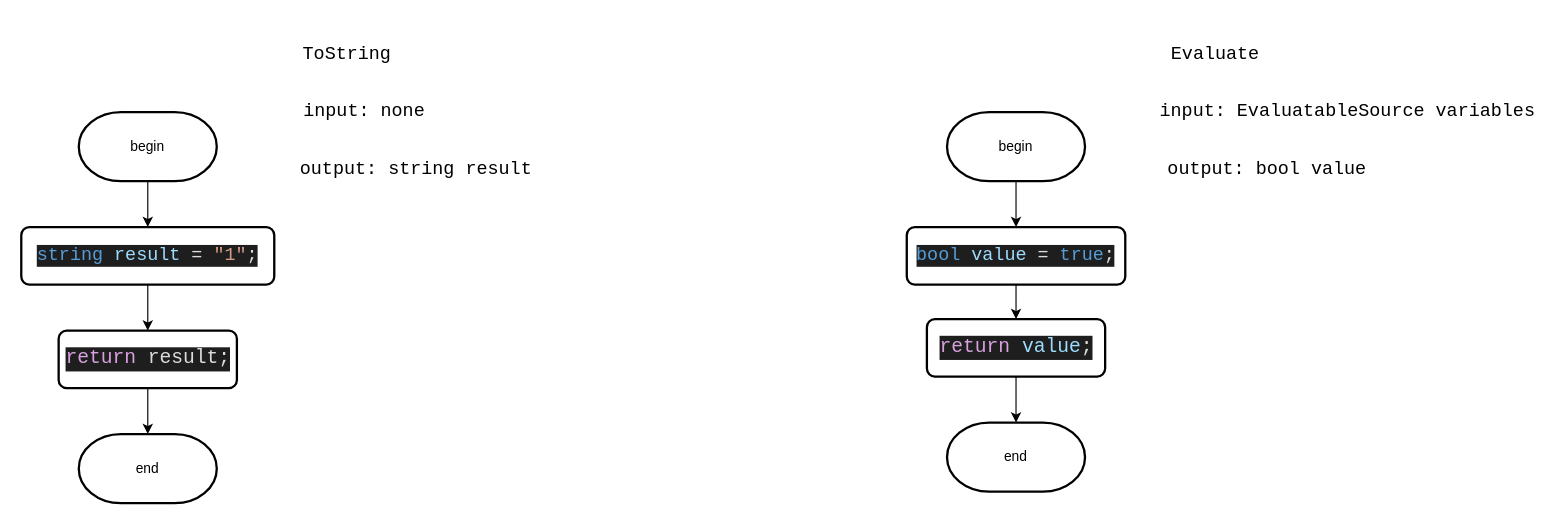
This is Diagrams/truth.drawio from slavikovics/FictionalVariables, a draw.io file, before an edit. Source tidied: cells renumbered, new cells numbered last; positions are measured from the earlier drawing's top-left corner, leaving out a move shared by most shapes. Both pictures are drawn from the tidied source at 115%, with x=0, y=0 at pixel (21, 20).
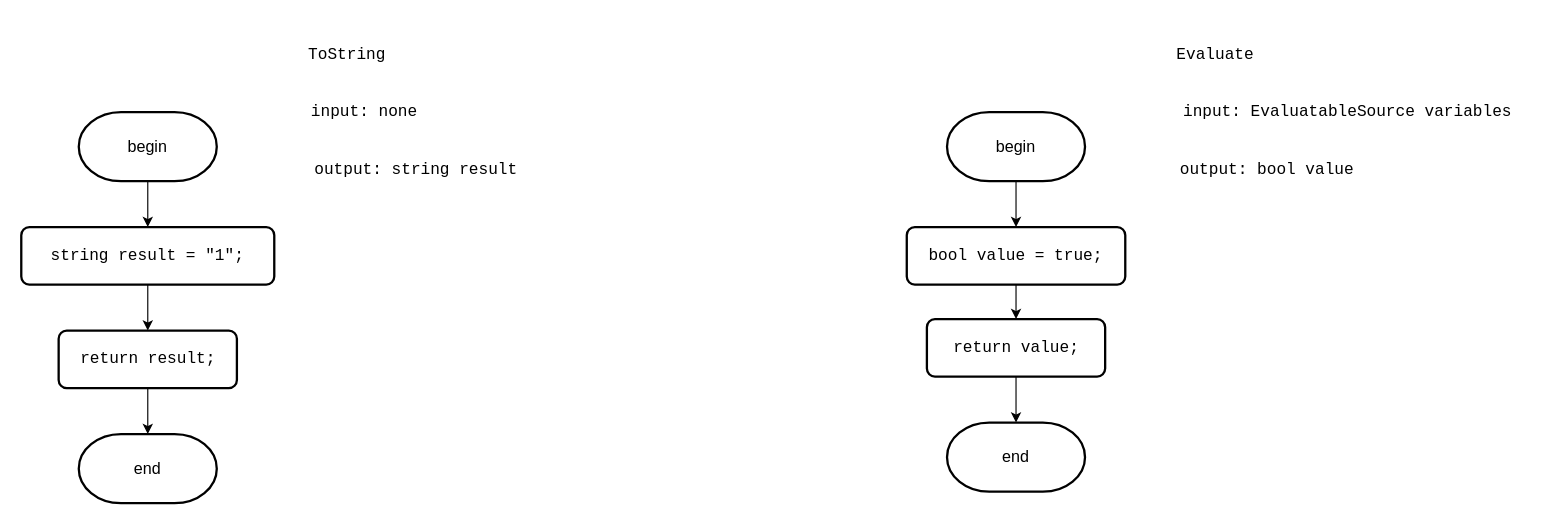
The same diagram, later.

Diff of the diagram source:
```diff
@@
-    <mxCell id="2" value="&lt;pre style=&quot;font-family: &amp;quot;JetBrains Mono&amp;quot;, monospace; font-size: 12pt;&quot;&gt;Evaluate&lt;/pre&gt;" style="text;html=1;align=center;verticalAlign=middle;strokeColor=none;fillColor=none;" parent="1" vertex="1">
+    <mxCell id="2" value="&lt;pre style=&quot;font-family: &amp;quot;JetBrains Mono&amp;quot;, monospace;&quot;&gt;Evaluate&lt;/pre&gt;" style="text;html=1;align=center;verticalAlign=middle;strokeColor=none;fillColor=none;fontSize=14;labelBackgroundColor=none;fontColor=#000000;" parent="1" vertex="1">
       <mxGeometry x="992.5" width="90" height="60" as="geometry" />
     </mxCell>
-    <mxCell id="3" style="edgeStyle=orthogonalEdgeStyle;rounded=0;jettySize=auto;html=1;exitX=0.5;exitY=1;exitDx=0;exitDy=0;exitPerimeter=0;entryX=0.5;entryY=0;entryDx=0;entryDy=0;" parent="1" edge="1" source="4" target="6">
+    <mxCell id="3" style="edgeStyle=orthogonalEdgeStyle;rounded=0;jettySize=auto;html=1;exitX=0.5;exitY=1;exitDx=0;exitDy=0;exitPerimeter=0;entryX=0.5;entryY=0;entryDx=0;entryDy=0;fontSize=14;labelBackgroundColor=none;fontColor=#000000;" parent="1" edge="1" source="4" target="6">
       <mxGeometry relative="1" as="geometry" />
     </mxCell>
-    <mxCell id="4" value="begin" style="strokeWidth=2;html=1;shape=mxgraph.flowchart.terminator;whiteSpace=wrap;" parent="1" vertex="1">
+    <mxCell id="4" value="begin" style="strokeWidth=2;html=1;shape=mxgraph.flowchart.terminator;whiteSpace=wrap;fontSize=14;labelBackgroundColor=none;fontColor=#000000;" parent="1" vertex="1">
       <mxGeometry x="805" y="80" width="120" height="60" as="geometry" />
     </mxCell>
-    <mxCell id="5" style="edgeStyle=orthogonalEdgeStyle;rounded=0;jettySize=auto;html=1;exitX=0.5;exitY=1;exitDx=0;exitDy=0;" parent="1" edge="1" source="6" target="20">
+    <mxCell id="5" style="edgeStyle=orthogonalEdgeStyle;rounded=0;jettySize=auto;html=1;exitX=0.5;exitY=1;exitDx=0;exitDy=0;fontSize=14;labelBackgroundColor=none;fontColor=#000000;" parent="1" edge="1" source="6" target="20">
       <mxGeometry relative="1" as="geometry" />
     </mxCell>
-    <mxCell id="6" value="&lt;div style=&quot;background-color: rgb(30, 30, 30); color: rgb(220, 220, 220);&quot;&gt;&lt;pre style=&quot;font-family:'JetBrains Mono',monospace;font-size:12.0pt;&quot;&gt;&lt;pre style=&quot;font-family:'JetBrains Mono',monospace;font-size:12.0pt;&quot;&gt;&lt;pre style=&quot;font-family:'JetBrains Mono',monospace;font-size:12.0pt;&quot;&gt;&lt;pre style=&quot;font-family:'JetBrains Mono',monospace;font-size:12.0pt;&quot;&gt;&lt;div&gt;&lt;pre style=&quot;font-family:'JetBrains Mono',monospace;font-size:12.0pt;&quot;&gt;&lt;span style=&quot;color: rgb(86, 156, 214);&quot;&gt;bool &lt;/span&gt;&lt;span style=&quot;color: rgb(156, 220, 254);&quot;&gt;value &lt;/span&gt;= &lt;span style=&quot;color: rgb(86, 156, 214);&quot;&gt;true&lt;/span&gt;;&lt;/pre&gt;&lt;/div&gt;&lt;/pre&gt;&lt;/pre&gt;&lt;/pre&gt;&lt;/pre&gt;&lt;/div&gt;" style="rounded=1;whiteSpace=wrap;html=1;absoluteArcSize=1;arcSize=14;strokeWidth=2;" parent="1" vertex="1">
+    <mxCell id="6" value="&lt;div style=&quot;&quot;&gt;&lt;pre style=&quot;font-family: &amp;quot;JetBrains Mono&amp;quot;, monospace;&quot;&gt;&lt;pre style=&quot;font-family: &amp;quot;JetBrains Mono&amp;quot;, monospace;&quot;&gt;&lt;pre style=&quot;font-family: &amp;quot;JetBrains Mono&amp;quot;, monospace;&quot;&gt;&lt;pre style=&quot;font-family: &amp;quot;JetBrains Mono&amp;quot;, monospace;&quot;&gt;&lt;div&gt;&lt;pre style=&quot;font-family: &amp;quot;JetBrains Mono&amp;quot;, monospace;&quot;&gt;&lt;span style=&quot;&quot;&gt;bool &lt;/span&gt;&lt;span style=&quot;&quot;&gt;value &lt;/span&gt;= &lt;span style=&quot;&quot;&gt;true&lt;/span&gt;;&lt;/pre&gt;&lt;/div&gt;&lt;/pre&gt;&lt;/pre&gt;&lt;/pre&gt;&lt;/pre&gt;&lt;/div&gt;" style="rounded=1;whiteSpace=wrap;html=1;absoluteArcSize=1;arcSize=14;strokeWidth=2;fontSize=14;labelBackgroundColor=none;fontColor=#000000;" parent="1" vertex="1">
       <mxGeometry x="770" y="180" width="190" height="50" as="geometry" />
     </mxCell>
-    <mxCell id="7" value="&lt;pre style=&quot;font-family: &amp;quot;JetBrains Mono&amp;quot;, monospace; font-size: 12pt;&quot;&gt;input: EvaluatableSource variables&lt;/pre&gt;" style="text;html=1;align=center;verticalAlign=middle;strokeColor=none;fillColor=none;" parent="1" vertex="1">
-      <mxGeometry x="992.5" y="50" width="320" height="60" as="geometry" />
+    <mxCell id="7" value="&lt;pre style=&quot;font-family: &amp;quot;JetBrains Mono&amp;quot;, monospace;&quot;&gt;input: EvaluatableSource variables&lt;/pre&gt;" style="text;html=1;align=center;verticalAlign=middle;strokeColor=none;fillColor=none;fontSize=14;labelBackgroundColor=none;fontColor=#000000;" parent="1" vertex="1">
+      <mxGeometry x="1007.5" y="50" width="290" height="60" as="geometry" />
     </mxCell>
-    <mxCell id="8" value="&lt;pre style=&quot;font-family: &amp;quot;JetBrains Mono&amp;quot;, monospace; font-size: 12pt;&quot;&gt;output: bool value&lt;/pre&gt;" style="text;html=1;align=center;verticalAlign=middle;strokeColor=none;fillColor=none;" parent="1" vertex="1">
-      <mxGeometry x="992.5" y="100" width="180" height="60" as="geometry" />
+    <mxCell id="8" value="&lt;pre style=&quot;font-family: &amp;quot;JetBrains Mono&amp;quot;, monospace;&quot;&gt;output: bool value&lt;/pre&gt;" style="text;html=1;align=center;verticalAlign=middle;strokeColor=none;fillColor=none;fontSize=14;labelBackgroundColor=none;fontColor=#000000;" parent="1" vertex="1">
+      <mxGeometry x="1002.5" y="100" width="160" height="60" as="geometry" />
     </mxCell>
-    <mxCell id="9" value="end" style="strokeWidth=2;html=1;shape=mxgraph.flowchart.terminator;whiteSpace=wrap;" parent="1" vertex="1">
+    <mxCell id="9" value="end" style="strokeWidth=2;html=1;shape=mxgraph.flowchart.terminator;whiteSpace=wrap;fontSize=14;labelBackgroundColor=none;fontColor=#000000;" parent="1" vertex="1">
       <mxGeometry x="805" y="350" width="120" height="60" as="geometry" />
     </mxCell>
-    <mxCell id="10" value="&lt;pre style=&quot;font-family: &amp;quot;JetBrains Mono&amp;quot;, monospace; font-size: 12pt;&quot;&gt;ToString&lt;/pre&gt;" style="text;html=1;align=center;verticalAlign=middle;strokeColor=none;fillColor=none;" parent="1" vertex="1">
+    <mxCell id="10" value="&lt;pre style=&quot;font-family: &amp;quot;JetBrains Mono&amp;quot;, monospace;&quot;&gt;ToString&lt;/pre&gt;" style="text;html=1;align=center;verticalAlign=middle;strokeColor=none;fillColor=none;fontSize=14;labelBackgroundColor=none;fontColor=#000000;" parent="1" vertex="1">
       <mxGeometry x="237.5" width="90" height="60" as="geometry" />
     </mxCell>
-    <mxCell id="11" style="edgeStyle=orthogonalEdgeStyle;rounded=0;jettySize=auto;html=1;exitX=0.5;exitY=1;exitDx=0;exitDy=0;exitPerimeter=0;entryX=0.5;entryY=0;entryDx=0;entryDy=0;" parent="1" edge="1" source="12" target="14">
+    <mxCell id="11" style="edgeStyle=orthogonalEdgeStyle;rounded=0;jettySize=auto;html=1;exitX=0.5;exitY=1;exitDx=0;exitDy=0;exitPerimeter=0;entryX=0.5;entryY=0;entryDx=0;entryDy=0;fontSize=14;labelBackgroundColor=none;fontColor=#000000;" parent="1" edge="1" source="12" target="14">
       <mxGeometry relative="1" as="geometry" />
     </mxCell>
-    <mxCell id="12" value="begin" style="strokeWidth=2;html=1;shape=mxgraph.flowchart.terminator;whiteSpace=wrap;" parent="1" vertex="1">
+    <mxCell id="12" value="begin" style="strokeWidth=2;html=1;shape=mxgraph.flowchart.terminator;whiteSpace=wrap;fontSize=14;labelBackgroundColor=none;fontColor=#000000;" parent="1" vertex="1">
       <mxGeometry x="50" y="80" width="120" height="60" as="geometry" />
     </mxCell>
-    <mxCell id="13" style="edgeStyle=orthogonalEdgeStyle;rounded=0;jettySize=auto;html=1;exitX=0.5;exitY=1;exitDx=0;exitDy=0;" parent="1" edge="1" source="14" target="18">
+    <mxCell id="13" style="edgeStyle=orthogonalEdgeStyle;rounded=0;jettySize=auto;html=1;exitX=0.5;exitY=1;exitDx=0;exitDy=0;fontSize=14;labelBackgroundColor=none;fontColor=#000000;" parent="1" edge="1" source="14" target="18">
       <mxGeometry relative="1" as="geometry" />
     </mxCell>
-    <mxCell id="14" value="&lt;div style=&quot;background-color: rgb(30, 30, 30); color: rgb(220, 220, 220);&quot;&gt;&lt;pre style=&quot;font-family:'JetBrains Mono',monospace;font-size:12.0pt;&quot;&gt;&lt;pre style=&quot;font-family:'JetBrains Mono',monospace;font-size:12.0pt;&quot;&gt;&lt;pre style=&quot;font-family:'JetBrains Mono',monospace;font-size:12.0pt;&quot;&gt;&lt;pre style=&quot;font-family:'JetBrains Mono',monospace;font-size:12.0pt;&quot;&gt;&lt;pre style=&quot;font-family:'JetBrains Mono',monospace;font-size:12.0pt;&quot;&gt;&lt;div&gt;&lt;pre style=&quot;font-family:'JetBrains Mono',monospace;font-size:12.0pt;&quot;&gt;&lt;span style=&quot;color: rgb(86, 156, 214);&quot;&gt;string &lt;/span&gt;&lt;span style=&quot;color: rgb(156, 220, 254);&quot;&gt;result &lt;/span&gt;= &lt;span style=&quot;color: rgb(214, 157, 133);&quot;&gt;&quot;1&quot;&lt;/span&gt;;&lt;/pre&gt;&lt;/div&gt;&lt;/pre&gt;&lt;/pre&gt;&lt;/pre&gt;&lt;/pre&gt;&lt;/pre&gt;&lt;/div&gt;" style="rounded=1;whiteSpace=wrap;html=1;absoluteArcSize=1;arcSize=14;strokeWidth=2;" parent="1" vertex="1">
+    <mxCell id="14" value="&lt;div style=&quot;&quot;&gt;&lt;pre style=&quot;font-family: &amp;quot;JetBrains Mono&amp;quot;, monospace;&quot;&gt;&lt;pre style=&quot;font-family: &amp;quot;JetBrains Mono&amp;quot;, monospace;&quot;&gt;&lt;pre style=&quot;font-family: &amp;quot;JetBrains Mono&amp;quot;, monospace;&quot;&gt;&lt;pre style=&quot;font-family: &amp;quot;JetBrains Mono&amp;quot;, monospace;&quot;&gt;&lt;pre style=&quot;font-family: &amp;quot;JetBrains Mono&amp;quot;, monospace;&quot;&gt;&lt;div&gt;&lt;pre style=&quot;font-family: &amp;quot;JetBrains Mono&amp;quot;, monospace;&quot;&gt;&lt;span style=&quot;&quot;&gt;string &lt;/span&gt;&lt;span style=&quot;&quot;&gt;result &lt;/span&gt;= &lt;span style=&quot;&quot;&gt;&quot;1&quot;&lt;/span&gt;;&lt;/pre&gt;&lt;/div&gt;&lt;/pre&gt;&lt;/pre&gt;&lt;/pre&gt;&lt;/pre&gt;&lt;/pre&gt;&lt;/div&gt;" style="rounded=1;whiteSpace=wrap;html=1;absoluteArcSize=1;arcSize=14;strokeWidth=2;fontSize=14;labelBackgroundColor=none;fontColor=#000000;" parent="1" vertex="1">
       <mxGeometry y="180" width="220" height="50" as="geometry" />
     </mxCell>
-    <mxCell id="15" value="&lt;pre style=&quot;font-family: &amp;quot;JetBrains Mono&amp;quot;, monospace; font-size: 12pt;&quot;&gt;input: none&lt;/pre&gt;" style="text;html=1;align=center;verticalAlign=middle;strokeColor=none;fillColor=none;" parent="1" vertex="1">
-      <mxGeometry x="237.5" y="50" width="120" height="60" as="geometry" />
+    <mxCell id="15" value="&lt;pre style=&quot;font-family: &amp;quot;JetBrains Mono&amp;quot;, monospace;&quot;&gt;input: none&lt;/pre&gt;" style="text;html=1;align=center;verticalAlign=middle;strokeColor=none;fillColor=none;fontSize=14;labelBackgroundColor=none;fontColor=#000000;" parent="1" vertex="1">
+      <mxGeometry x="242.5" y="50" width="110" height="60" as="geometry" />
     </mxCell>
-    <mxCell id="16" value="&lt;pre style=&quot;font-family: &amp;quot;JetBrains Mono&amp;quot;, monospace; font-size: 12pt;&quot;&gt;output: string result&lt;/pre&gt;" style="text;html=1;align=center;verticalAlign=middle;strokeColor=none;fillColor=none;" parent="1" vertex="1">
-      <mxGeometry x="237.5" y="100" width="210" height="60" as="geometry" />
+    <mxCell id="16" value="&lt;pre style=&quot;font-family: &amp;quot;JetBrains Mono&amp;quot;, monospace;&quot;&gt;output: string result&lt;/pre&gt;" style="text;html=1;align=center;verticalAlign=middle;strokeColor=none;fillColor=none;fontSize=14;labelBackgroundColor=none;fontColor=#000000;" parent="1" vertex="1">
+      <mxGeometry x="247.5" y="100" width="190" height="60" as="geometry" />
     </mxCell>
-    <mxCell id="17" value="end" style="strokeWidth=2;html=1;shape=mxgraph.flowchart.terminator;whiteSpace=wrap;" parent="1" vertex="1">
+    <mxCell id="17" value="end" style="strokeWidth=2;html=1;shape=mxgraph.flowchart.terminator;whiteSpace=wrap;fontSize=14;labelBackgroundColor=none;fontColor=#000000;" parent="1" vertex="1">
       <mxGeometry x="50" y="360" width="120" height="60" as="geometry" />
     </mxCell>
-    <mxCell id="18" value="&lt;div style=&quot;background-color: rgb(30, 30, 30); color: rgb(220, 220, 220);&quot;&gt;&lt;pre style=&quot;font-family:'JetBrains Mono',monospace;font-size:12.0pt;&quot;&gt;&lt;pre style=&quot;font-family:'JetBrains Mono',monospace;font-size:12.0pt;&quot;&gt;&lt;pre style=&quot;font-family:'JetBrains Mono',monospace;font-size:12.0pt;&quot;&gt;&lt;pre style=&quot;font-family:'JetBrains Mono',monospace;font-size:12.0pt;&quot;&gt;&lt;pre style=&quot;font-family:'JetBrains Mono',monospace;font-size:12.0pt;&quot;&gt;&lt;pre style=&quot;font-family:'JetBrains Mono',monospace;font-size:12.0pt;&quot;&gt;&lt;div&gt;&lt;pre style=&quot;font-family:'JetBrains Mono',monospace;font-size:12.8pt;&quot;&gt;&lt;span style=&quot;color:#d8a0df;&quot;&gt;return &lt;/span&gt;result;&lt;/pre&gt;&lt;/div&gt;&lt;/pre&gt;&lt;/pre&gt;&lt;/pre&gt;&lt;/pre&gt;&lt;/pre&gt;&lt;/pre&gt;&lt;/div&gt;" style="rounded=1;whiteSpace=wrap;html=1;absoluteArcSize=1;arcSize=14;strokeWidth=2;" parent="1" vertex="1">
+    <mxCell id="18" value="&lt;div style=&quot;&quot;&gt;&lt;pre style=&quot;font-family: &amp;quot;JetBrains Mono&amp;quot;, monospace;&quot;&gt;&lt;pre style=&quot;font-family: &amp;quot;JetBrains Mono&amp;quot;, monospace;&quot;&gt;&lt;pre style=&quot;font-family: &amp;quot;JetBrains Mono&amp;quot;, monospace;&quot;&gt;&lt;pre style=&quot;font-family: &amp;quot;JetBrains Mono&amp;quot;, monospace;&quot;&gt;&lt;pre style=&quot;font-family: &amp;quot;JetBrains Mono&amp;quot;, monospace;&quot;&gt;&lt;pre style=&quot;font-family: &amp;quot;JetBrains Mono&amp;quot;, monospace;&quot;&gt;&lt;div&gt;&lt;pre style=&quot;font-family: &amp;quot;JetBrains Mono&amp;quot;, monospace;&quot;&gt;&lt;span style=&quot;&quot;&gt;return &lt;/span&gt;result;&lt;/pre&gt;&lt;/div&gt;&lt;/pre&gt;&lt;/pre&gt;&lt;/pre&gt;&lt;/pre&gt;&lt;/pre&gt;&lt;/pre&gt;&lt;/div&gt;" style="rounded=1;whiteSpace=wrap;html=1;absoluteArcSize=1;arcSize=14;strokeWidth=2;fontSize=14;labelBackgroundColor=none;fontColor=#000000;" parent="1" vertex="1">
       <mxGeometry x="32.5" y="270" width="155" height="50" as="geometry" />
     </mxCell>
-    <mxCell id="19" style="edgeStyle=orthogonalEdgeStyle;rounded=0;jettySize=auto;html=1;exitX=0.5;exitY=1;exitDx=0;exitDy=0;entryX=0.5;entryY=0;entryDx=0;entryDy=0;entryPerimeter=0;" parent="1" edge="1" source="18" target="17">
+    <mxCell id="19" style="edgeStyle=orthogonalEdgeStyle;rounded=0;jettySize=auto;html=1;exitX=0.5;exitY=1;exitDx=0;exitDy=0;entryX=0.5;entryY=0;entryDx=0;entryDy=0;entryPerimeter=0;fontSize=14;labelBackgroundColor=none;fontColor=#000000;" parent="1" edge="1" source="18" target="17">
       <mxGeometry relative="1" as="geometry" />
     </mxCell>
-    <mxCell id="20" value="&lt;div style=&quot;background-color: rgb(30, 30, 30); color: rgb(220, 220, 220);&quot;&gt;&lt;pre style=&quot;font-family:'JetBrains Mono',monospace;font-size:12.0pt;&quot;&gt;&lt;pre style=&quot;font-family:'JetBrains Mono',monospace;font-size:12.0pt;&quot;&gt;&lt;pre style=&quot;font-family:'JetBrains Mono',monospace;font-size:12.0pt;&quot;&gt;&lt;pre style=&quot;font-family:'JetBrains Mono',monospace;font-size:12.0pt;&quot;&gt;&lt;pre style=&quot;font-family:'JetBrains Mono',monospace;font-size:12.0pt;&quot;&gt;&lt;pre style=&quot;font-family:'JetBrains Mono',monospace;font-size:12.0pt;&quot;&gt;&lt;pre style=&quot;font-family:'JetBrains Mono',monospace;font-size:12.8pt;&quot;&gt;&lt;div&gt;&lt;pre style=&quot;font-family:'JetBrains Mono',monospace;font-size:12.8pt;&quot;&gt;&lt;span style=&quot;color:#d8a0df;&quot;&gt;return &lt;/span&gt;&lt;span style=&quot;color:#9cdcfe;&quot;&gt;value&lt;/span&gt;;&lt;/pre&gt;&lt;/div&gt;&lt;/pre&gt;&lt;/pre&gt;&lt;/pre&gt;&lt;/pre&gt;&lt;/pre&gt;&lt;/pre&gt;&lt;/pre&gt;&lt;/div&gt;" style="rounded=1;whiteSpace=wrap;html=1;absoluteArcSize=1;arcSize=14;strokeWidth=2;" parent="1" vertex="1">
+    <mxCell id="20" value="&lt;div style=&quot;&quot;&gt;&lt;pre style=&quot;font-family: &amp;quot;JetBrains Mono&amp;quot;, monospace;&quot;&gt;&lt;pre style=&quot;font-family: &amp;quot;JetBrains Mono&amp;quot;, monospace;&quot;&gt;&lt;pre style=&quot;font-family: &amp;quot;JetBrains Mono&amp;quot;, monospace;&quot;&gt;&lt;pre style=&quot;font-family: &amp;quot;JetBrains Mono&amp;quot;, monospace;&quot;&gt;&lt;pre style=&quot;font-family: &amp;quot;JetBrains Mono&amp;quot;, monospace;&quot;&gt;&lt;pre style=&quot;font-family: &amp;quot;JetBrains Mono&amp;quot;, monospace;&quot;&gt;&lt;pre style=&quot;font-family: &amp;quot;JetBrains Mono&amp;quot;, monospace;&quot;&gt;&lt;div&gt;&lt;pre style=&quot;font-family: &amp;quot;JetBrains Mono&amp;quot;, monospace;&quot;&gt;&lt;span style=&quot;&quot;&gt;return &lt;/span&gt;&lt;span style=&quot;&quot;&gt;value&lt;/span&gt;;&lt;/pre&gt;&lt;/div&gt;&lt;/pre&gt;&lt;/pre&gt;&lt;/pre&gt;&lt;/pre&gt;&lt;/pre&gt;&lt;/pre&gt;&lt;/pre&gt;&lt;/div&gt;" style="rounded=1;whiteSpace=wrap;html=1;absoluteArcSize=1;arcSize=14;strokeWidth=2;fontSize=14;labelBackgroundColor=none;fontColor=#000000;" parent="1" vertex="1">
       <mxGeometry x="787.5" y="260" width="155" height="50" as="geometry" />
     </mxCell>
-    <mxCell id="21" style="edgeStyle=orthogonalEdgeStyle;rounded=0;jettySize=auto;html=1;exitX=0.5;exitY=1;exitDx=0;exitDy=0;entryX=0.5;entryY=0;entryDx=0;entryDy=0;entryPerimeter=0;" parent="1" edge="1" source="20" target="9">
+    <mxCell id="21" style="edgeStyle=orthogonalEdgeStyle;rounded=0;jettySize=auto;html=1;exitX=0.5;exitY=1;exitDx=0;exitDy=0;entryX=0.5;entryY=0;entryDx=0;entryDy=0;entryPerimeter=0;fontSize=14;labelBackgroundColor=none;fontColor=#000000;" parent="1" edge="1" source="20" target="9">
       <mxGeometry relative="1" as="geometry" />
     </mxCell>
```
